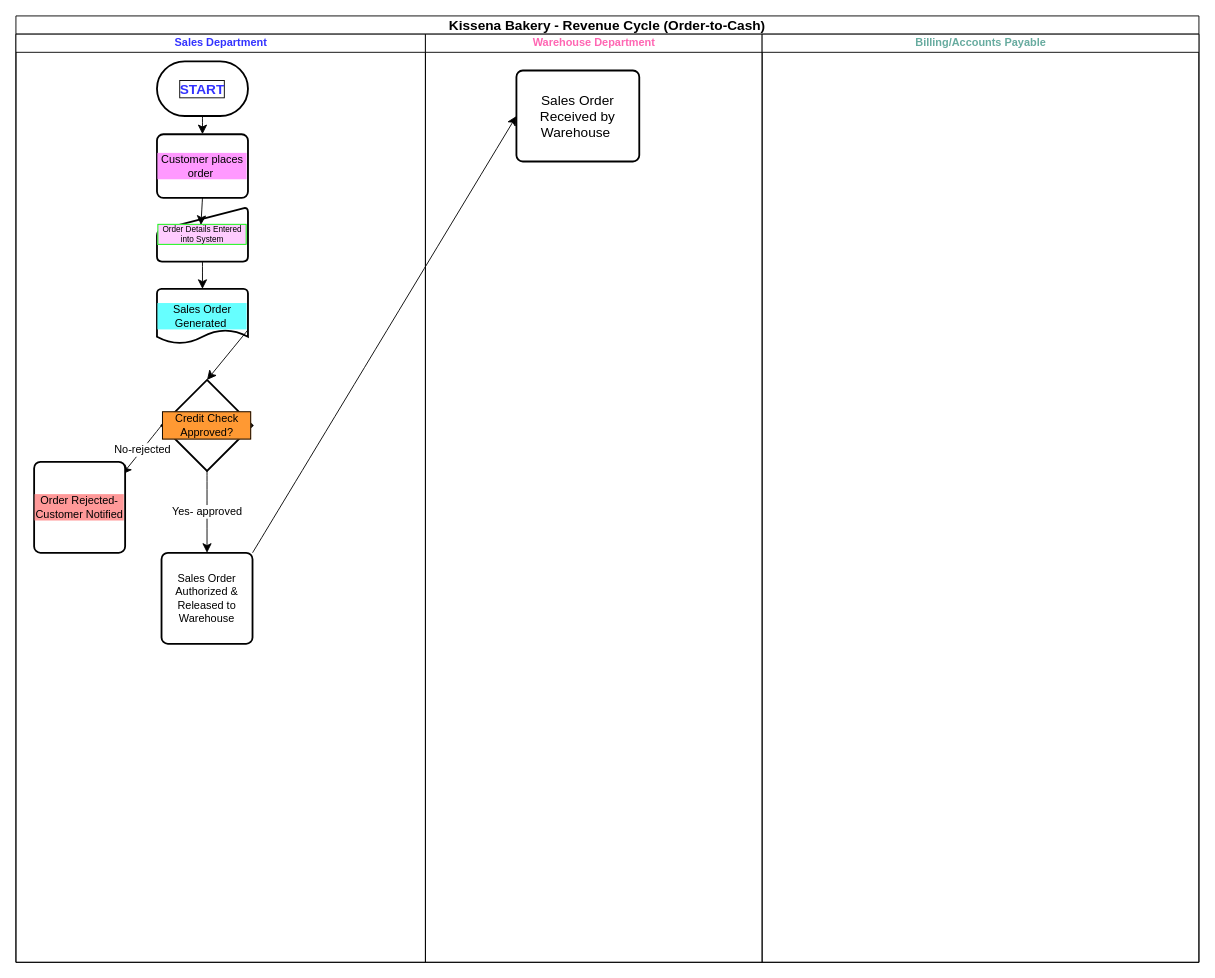
Above: Revenue_Cycle_Controls.drawio in jacksharon/drawio (draw.io), before the change. Source tidied: cells renumbered, new cells numbered last; positions are measured from the earlier drawing's top-left corner, leaving out a move shared by most shapes. Both pictures are drawn from the tidied source at 91%, with x=0, y=0 at pixel (15, 15).
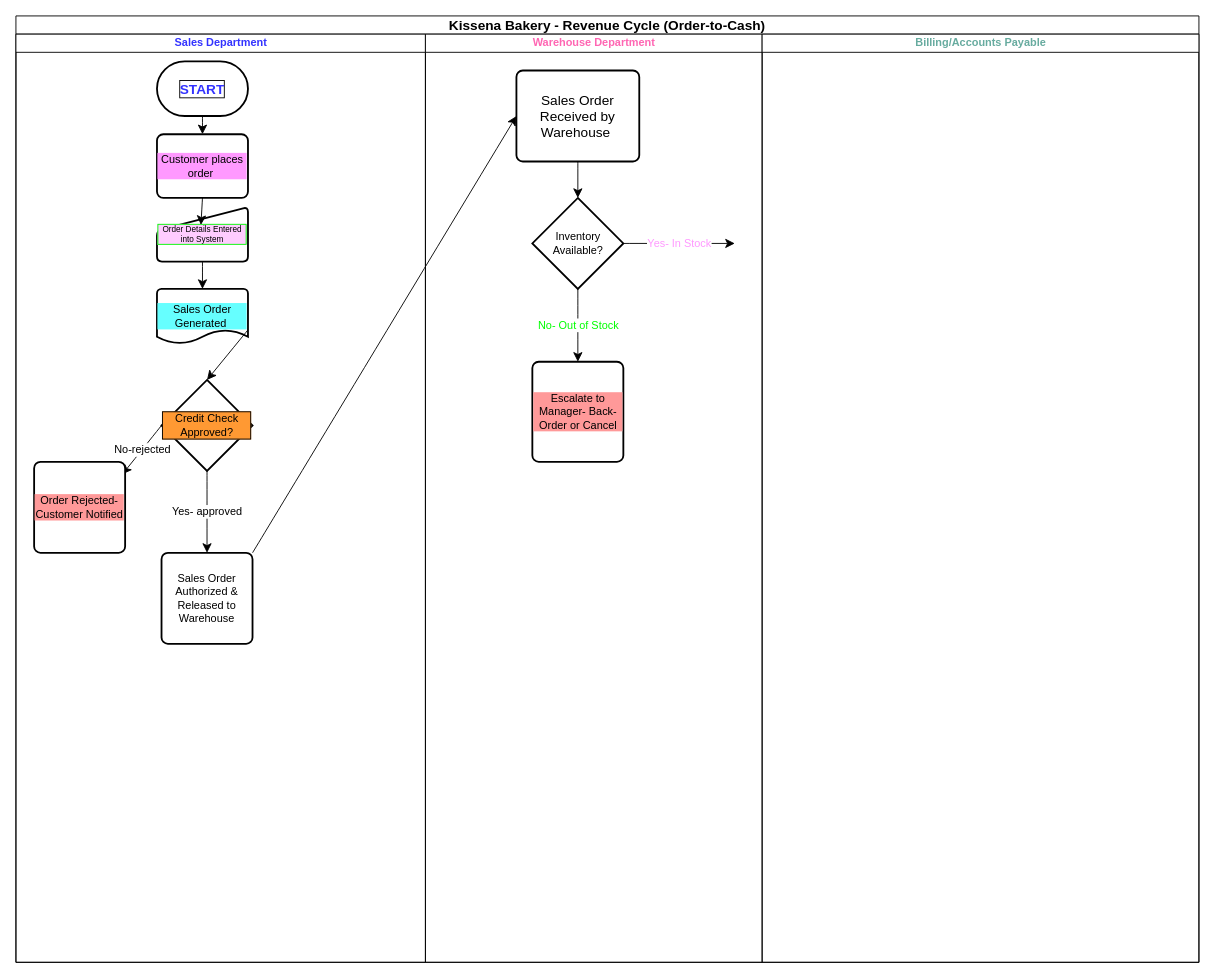
After the change.

The change refers to these unchanged cells:
```xml
<mxCell id="17" value="Warehouse Department" style="swimlane;html=1;startSize=20;fontColor=#FF66B3;" parent="2" vertex="1">
  <mxGeometry x="450" y="20" width="370" height="1020" as="geometry" />
</mxCell>
<mxCell id="18" value="Sales Order Received by Warehouse&amp;nbsp;" style="rounded=1;whiteSpace=wrap;html=1;absoluteArcSize=1;arcSize=14;strokeWidth=2;fontSize=15;" parent="17" vertex="1">
  <mxGeometry x="100" y="40" width="135" height="100" as="geometry" />
</mxCell>
```

What changed in the source:
```diff
@@
+    <mxCell id="21" value="Yes- In Stock" style="edgeStyle=none;curved=1;rounded=0;jettySize=auto;html=1;exitX=1;exitY=0.5;exitDx=0;exitDy=0;exitPerimeter=0;fontSize=12;startSize=8;endSize=8;fontColor=#FF99FF;" parent="17" edge="1" source="23">
+      <mxGeometry relative="1" as="geometry">
+        <mxPoint x="340" y="230" as="targetPoint" />
+      </mxGeometry>
+    </mxCell>
+    <mxCell id="22" value="No- Out of Stock" style="edgeStyle=none;curved=1;rounded=0;jettySize=auto;html=1;exitX=0.5;exitY=1;exitDx=0;exitDy=0;exitPerimeter=0;fontSize=12;startSize=8;endSize=8;fontColor=#00FF00;entryX=0.5;entryY=0;entryDx=0;entryDy=0;" parent="17" edge="1" source="23" target="25">
+      <mxGeometry relative="1" as="geometry" />
+    </mxCell>
+    <mxCell id="23" value="Inventory Available?" style="strokeWidth=2;html=1;shape=mxgraph.flowchart.decision;whiteSpace=wrap;" parent="17" vertex="1">
+      <mxGeometry x="117.5" y="180" width="100" height="100" as="geometry" />
+    </mxCell>
+    <mxCell id="24" style="edgeStyle=none;curved=1;rounded=0;jettySize=auto;html=1;exitX=0.5;exitY=1;exitDx=0;exitDy=0;entryX=0.5;entryY=0;entryDx=0;entryDy=0;entryPerimeter=0;fontSize=12;startSize=8;endSize=8;" parent="17" edge="1" source="18" target="23">
+      <mxGeometry relative="1" as="geometry" />
+    </mxCell>
+    <mxCell id="25" value="Escalate to Manager- Back-Order or Cancel" style="rounded=1;whiteSpace=wrap;html=1;absoluteArcSize=1;arcSize=14;strokeWidth=2;labelBackgroundColor=#FF9999;" parent="17" vertex="1">
+      <mxGeometry x="117.5" y="360" width="100" height="110" as="geometry" />
+    </mxCell>
```
